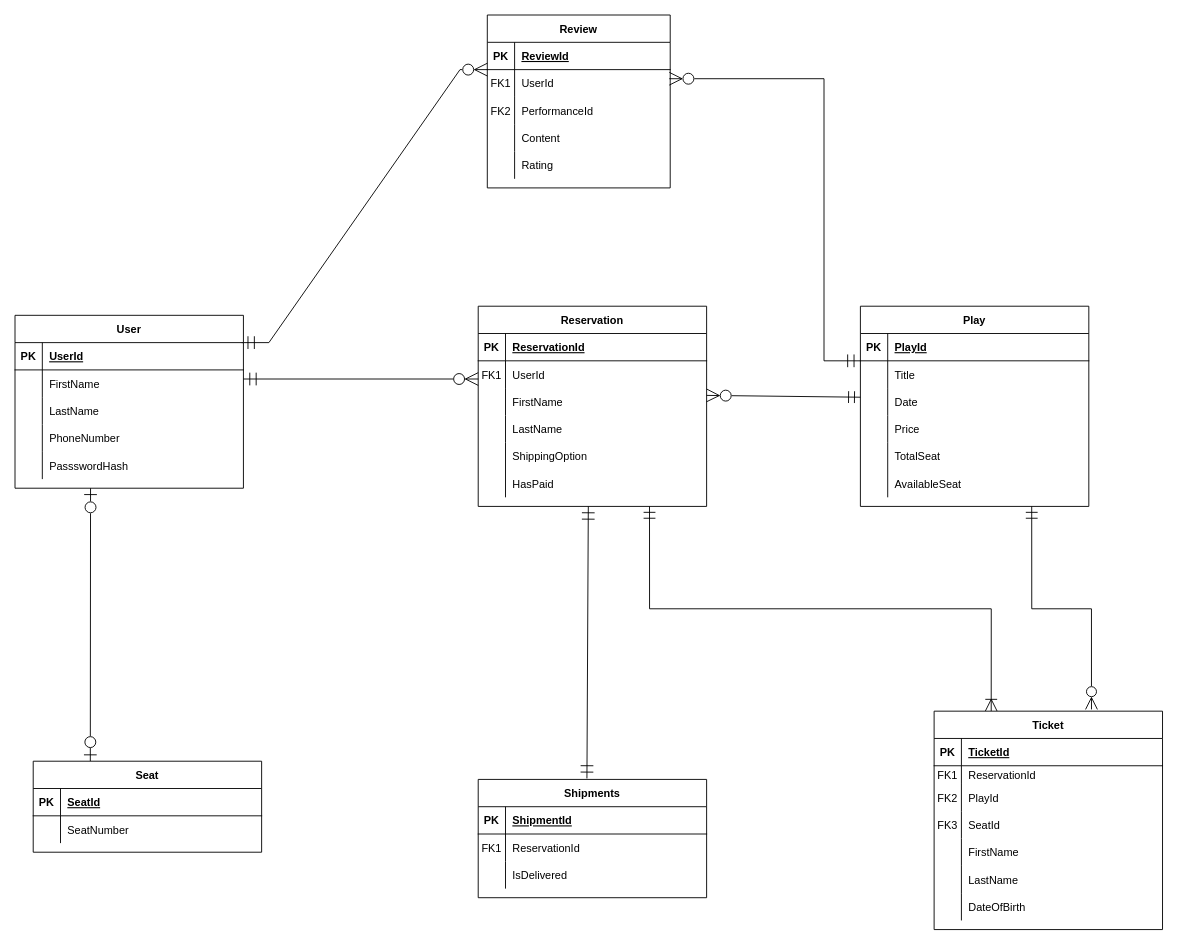
Earlier version of the draw.io diagram Untitled Diagram.drawio (jefsamo/gct-ticketing-system). Source tidied: cells renumbered, new cells numbered last; positions are measured from the earlier drawing's top-left corner, leaving out a move shared by most shapes. Both pictures are drawn from the tidied source at 91%, with x=0, y=0 at pixel (15, 15).
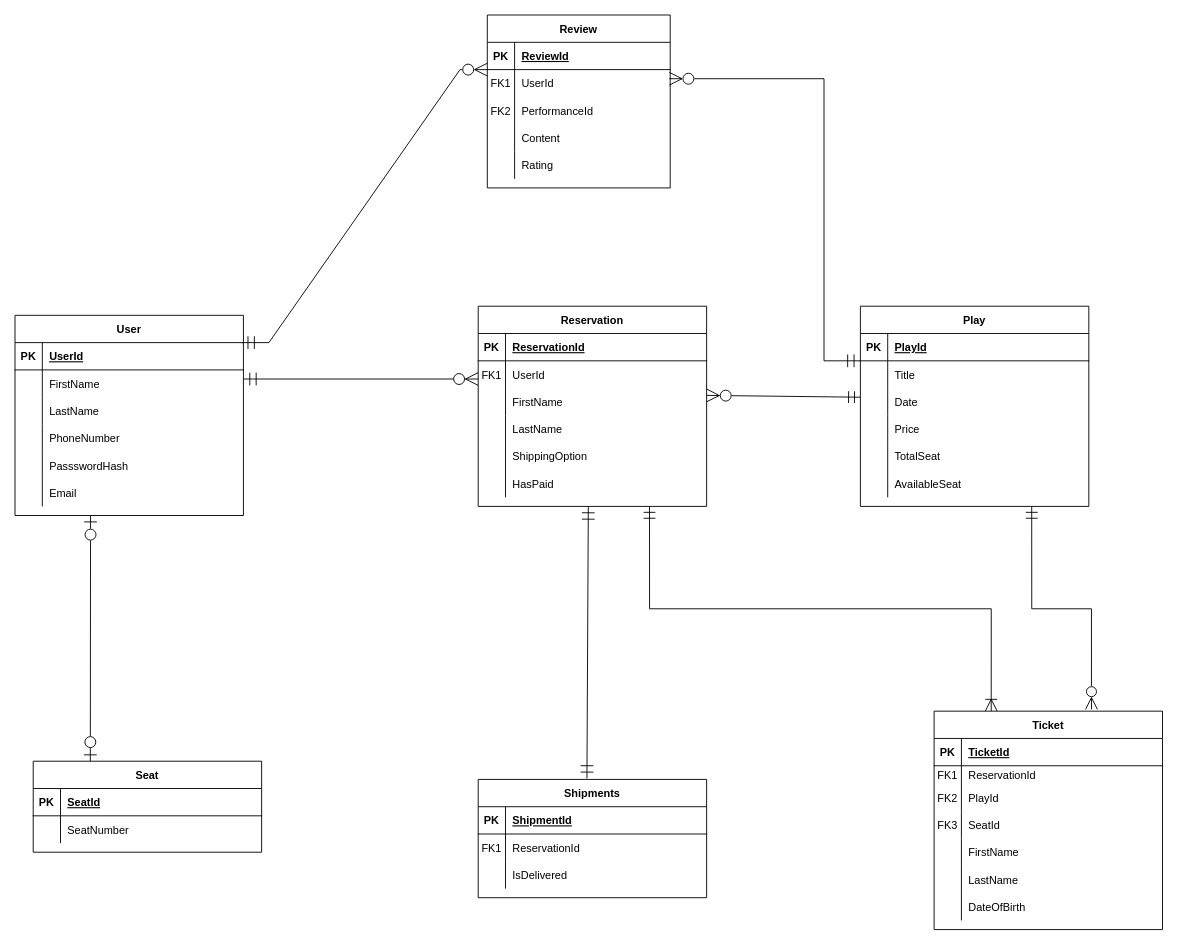
After the change.

The change refers to these unchanged cells:
```xml
<mxCell id="76" value="Seat" style="shape=table;startSize=30;childLayout=tableLayout;rowLines=0;fontStyle=1;align=center;" parent="1" vertex="1">
  <mxGeometry x="20" y="820" width="251" height="100" as="geometry" />
</mxCell>
```

Change to the diagram source:
```diff
@@
     <mxCell id="32" style="endArrow=ERzeroToOne;html=1;rounded=0;startArrow=ERzeroToOne;startFill=0;endFill=0;endSize=12;startSize=12;exitX=0.25;exitY=0;exitDx=0;exitDy=0;" parent="1" edge="1" source="76">
       <mxGeometry relative="1" as="geometry">
-        <mxPoint x="83" y="520" as="targetPoint" />
+        <mxPoint x="83" y="550" as="targetPoint" />
       </mxGeometry>
     </mxCell>
@@
     <mxCell id="83" value="User" style="shape=table;startSize=30;childLayout=tableLayout;rowLines=0;fontStyle=1;align=center;" parent="1" vertex="1">
-      <mxGeometry y="330" width="251" height="190" as="geometry" />
+      <mxGeometry y="330" width="251" height="220" as="geometry" />
     </mxCell>
@@
+    <mxCell id="121" style="shape=partialRectangle;fillColor=none;top=0;left=0;right=0;bottom=0;" parent="83" vertex="1">
+      <mxGeometry y="180" width="251" height="30" as="geometry" />
+    </mxCell>
+    <mxCell id="122" style="shape=partialRectangle;overflow=hidden;fillColor=none;top=0;left=0;bottom=0;right=0;" parent="121" vertex="1">
+      <mxGeometry width="30" height="30" as="geometry" />
+    </mxCell>
+    <mxCell id="123" value="Email" style="shape=partialRectangle;overflow=hidden;fillColor=none;top=0;left=0;bottom=0;right=0;align=left;spacingLeft=6;" parent="121" vertex="1">
+      <mxGeometry x="30" width="221" height="30" as="geometry" />
+    </mxCell>
```
